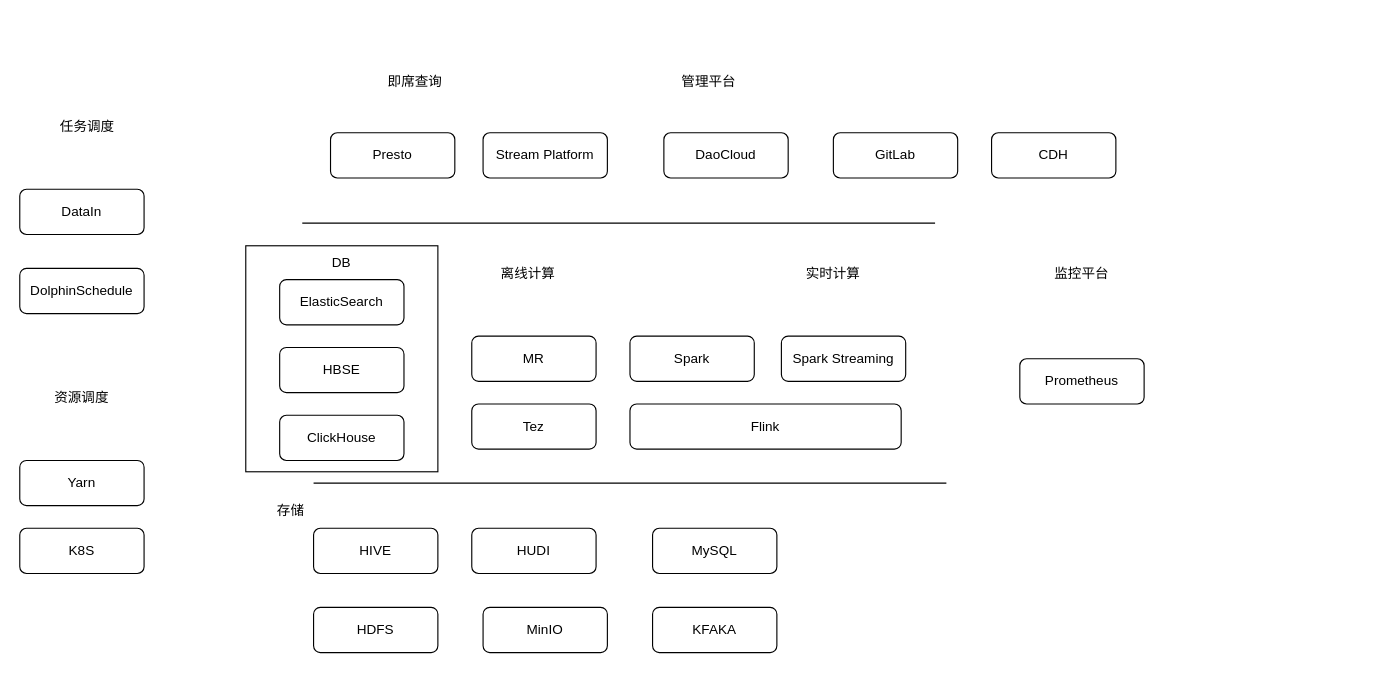
Above: techlab/flink 大图.drawio in qiufang1314/drawio (draw.io), before the change. Source tidied: cells renumbered, new cells numbered last; positions are measured from the earlier drawing's top-left corner, leaving out a move shared by most shapes. Both pictures are drawn from the tidied source at 113%, with x=0, y=0 at pixel (19, 64).
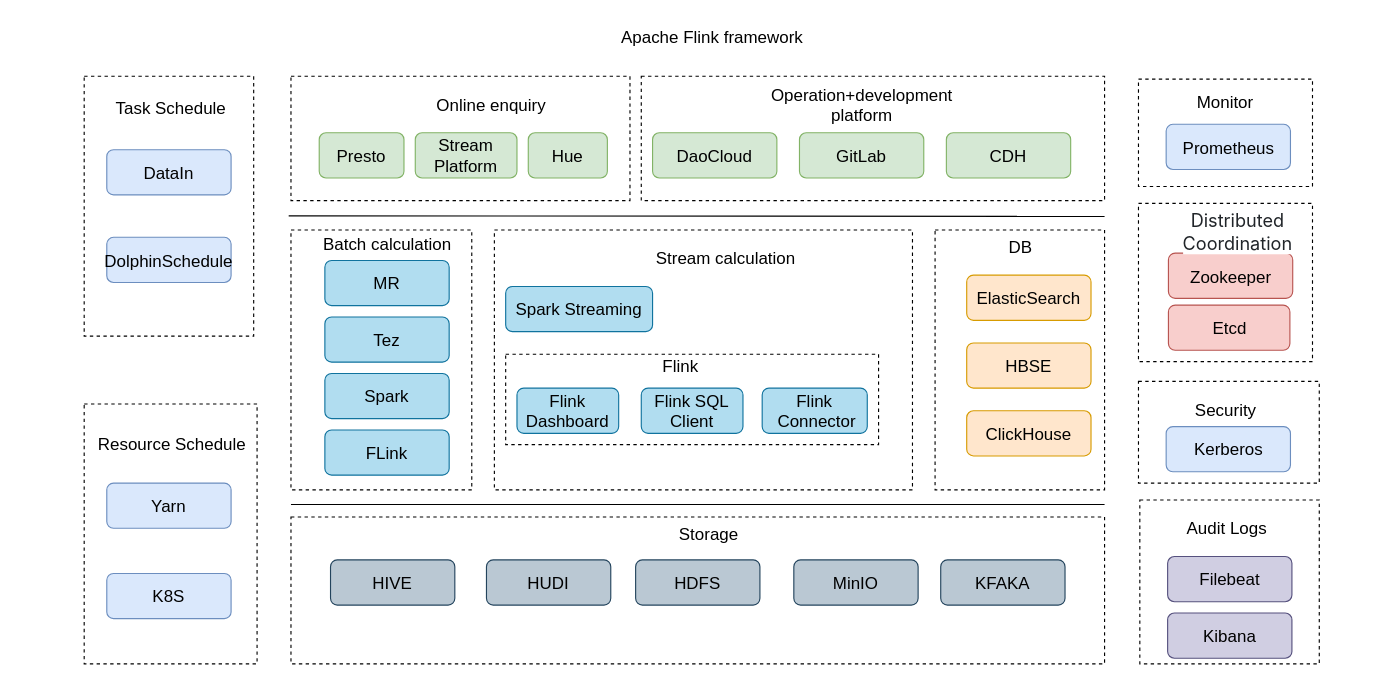
After the change.

Change to the diagram source:
```diff
@@
-<mxGraphModel>
+<mxGraphModel background="#ffffff">
@@
-    <mxCell id="2" style="rounded=0;whiteSpace=wrap;html=1;" parent="1" vertex="1">
-      <mxGeometry x="200" y="160" width="170" height="200" as="geometry" />
-    </mxCell>
+    <mxCell id="38" style="rounded=0;whiteSpace=wrap;html=1;fontSize=15;dashed=1;" parent="1" vertex="1">
+      <mxGeometry x="240" y="400" width="720" height="130" as="geometry" />
+    </mxCell>
+    <mxCell id="39" style="rounded=0;whiteSpace=wrap;html=1;fontSize=15;dashed=1;" parent="1" vertex="1">
+      <mxGeometry x="990" y="122.5" width="154" height="140" as="geometry" />
+    </mxCell>
+    <mxCell id="40" style="rounded=0;whiteSpace=wrap;html=1;fontSize=15;dashed=1;" parent="1" vertex="1">
+      <mxGeometry x="990" y="12.5" width="154" height="95" as="geometry" />
+    </mxCell>
+    <mxCell id="41" style="rounded=0;whiteSpace=wrap;html=1;fontSize=15;dashed=1;" parent="1" vertex="1">
+      <mxGeometry x="420" y="146" width="370" height="230" as="geometry" />
+    </mxCell>
+    <mxCell id="42" style="rounded=0;whiteSpace=wrap;html=1;fontSize=15;dashed=1;" parent="1" vertex="1">
+      <mxGeometry x="240" y="146" width="160" height="230" as="geometry" />
+    </mxCell>
+    <mxCell id="43" style="rounded=0;whiteSpace=wrap;html=1;fontSize=15;dashed=1;" parent="1" vertex="1">
+      <mxGeometry x="810" y="146" width="150" height="230" as="geometry" />
+    </mxCell>
+    <mxCell id="44" style="rounded=0;whiteSpace=wrap;html=1;fontSize=15;dashed=1;" parent="1" vertex="1">
+      <mxGeometry x="550" y="10" width="410" height="110" as="geometry" />
+    </mxCell>
+    <mxCell id="45" style="rounded=0;whiteSpace=wrap;html=1;fontSize=15;dashed=1;" parent="1" vertex="1">
+      <mxGeometry x="240" y="10" width="300" height="110" as="geometry" />
+    </mxCell>
+    <mxCell id="46" style="rounded=0;whiteSpace=wrap;html=1;fontSize=15;dashed=1;" parent="1" vertex="1">
+      <mxGeometry x="57" y="10" width="150" height="230" as="geometry" />
+    </mxCell>
+    <mxCell id="47" style="rounded=0;whiteSpace=wrap;html=1;fontSize=15;dashed=1;" parent="1" vertex="1">
+      <mxGeometry x="57" y="300" width="153" height="230" as="geometry" />
+    </mxCell>
-    <mxCell id="3" value="HDFS" style="rounded=1;whiteSpace=wrap;html=1;" parent="1" vertex="1">
-      <mxGeometry x="260" y="480" width="110" height="40" as="geometry" />
+    <mxCell id="3" value="HDFS" style="rounded=1;whiteSpace=wrap;html=1;fontSize=15;fillColor=#bac8d3;strokeColor=#23445d;" parent="1" vertex="1">
+      <mxGeometry x="545" y="438" width="110" height="40" as="geometry" />
     </mxCell>
-    <mxCell id="4" style="endArrow=none;html=1;rounded=0;" parent="1" edge="1">
+    <mxCell id="4" style="endArrow=none;html=1;rounded=0;fontSize=15;" parent="1" edge="1">
       <mxGeometry relative="1" as="geometry">
-        <mxPoint x="260" y="370" as="sourcePoint" />
-        <mxPoint x="820" y="370" as="targetPoint" />
+        <mxPoint x="240" y="389" as="sourcePoint" />
+        <mxPoint x="960" y="389" as="targetPoint" />
       </mxGeometry>
     </mxCell>
-    <mxCell id="5" value="存储" style="text;html=1;strokeColor=none;fillColor=none;align=center;verticalAlign=middle;whiteSpace=wrap;rounded=0;" parent="1" vertex="1">
-      <mxGeometry x="210" y="380" width="60" height="30" as="geometry" />
+    <mxCell id="5" value="Storage" style="text;html=1;strokeColor=none;fillColor=none;align=center;verticalAlign=middle;whiteSpace=wrap;rounded=0;fontSize=15;" parent="1" vertex="1">
+      <mxGeometry x="580" y="400" width="60" height="30" as="geometry" />
     </mxCell>
-    <mxCell id="6" value="离线计算" style="text;html=1;strokeColor=none;fillColor=none;align=center;verticalAlign=middle;whiteSpace=wrap;rounded=0;" parent="1" vertex="1">
-      <mxGeometry x="420" y="170" width="60" height="30" as="geometry" />
+    <mxCell id="6" value="Batch calculation" style="text;html=1;strokeColor=none;fillColor=none;align=center;verticalAlign=middle;whiteSpace=wrap;rounded=0;fontSize=15;" parent="1" vertex="1">
+      <mxGeometry x="262.5" y="143" width="125" height="30" as="geometry" />
     </mxCell>
-    <mxCell id="7" value="MySQL" style="rounded=1;whiteSpace=wrap;html=1;" parent="1" vertex="1">
-      <mxGeometry x="560" y="410" width="110" height="40" as="geometry" />
-    </mxCell>
-    <mxCell id="8" value="MinIO" style="rounded=1;whiteSpace=wrap;html=1;" parent="1" vertex="1">
-      <mxGeometry x="410" y="480" width="110" height="40" as="geometry" />
+    <mxCell id="8" value="MinIO" style="rounded=1;whiteSpace=wrap;html=1;fontSize=15;fillColor=#bac8d3;strokeColor=#23445d;" parent="1" vertex="1">
+      <mxGeometry x="685" y="438" width="110" height="40" as="geometry" />
     </mxCell>
-    <mxCell id="9" value="MR" style="rounded=1;whiteSpace=wrap;html=1;" parent="1" vertex="1">
-      <mxGeometry x="400" y="240" width="110" height="40" as="geometry" />
+    <mxCell id="9" value="MR" style="rounded=1;whiteSpace=wrap;html=1;fontSize=15;fillColor=#b1ddf0;strokeColor=#10739e;" parent="1" vertex="1">
+      <mxGeometry x="270" y="173" width="110" height="40" as="geometry" />
     </mxCell>
-    <mxCell id="10" value="KFAKA" style="rounded=1;whiteSpace=wrap;html=1;" parent="1" vertex="1">
-      <mxGeometry x="560" y="480" width="110" height="40" as="geometry" />
+    <mxCell id="10" value="KFAKA" style="rounded=1;whiteSpace=wrap;html=1;fontSize=15;fillColor=#bac8d3;strokeColor=#23445d;" parent="1" vertex="1">
+      <mxGeometry x="815" y="438" width="110" height="40" as="geometry" />
     </mxCell>
-    <mxCell id="11" value="HIVE" style="rounded=1;whiteSpace=wrap;html=1;" parent="1" vertex="1">
-      <mxGeometry x="260" y="410" width="110" height="40" as="geometry" />
+    <mxCell id="11" value="HIVE" style="rounded=1;whiteSpace=wrap;html=1;fontSize=15;fillColor=#bac8d3;strokeColor=#23445d;" parent="1" vertex="1">
+      <mxGeometry x="275" y="438" width="110" height="40" as="geometry" />
     </mxCell>
-    <mxCell id="12" value="Tez" style="rounded=1;whiteSpace=wrap;html=1;" parent="1" vertex="1">
-      <mxGeometry x="400" y="300" width="110" height="40" as="geometry" />
+    <mxCell id="12" value="Tez" style="rounded=1;whiteSpace=wrap;html=1;fontSize=15;fillColor=#b1ddf0;strokeColor=#10739e;" parent="1" vertex="1">
+      <mxGeometry x="270" y="223" width="110" height="40" as="geometry" />
     </mxCell>
-    <mxCell id="13" value="Spark" style="rounded=1;whiteSpace=wrap;html=1;" parent="1" vertex="1">
-      <mxGeometry x="540" y="240" width="110" height="40" as="geometry" />
+    <mxCell id="13" value="Spark" style="rounded=1;whiteSpace=wrap;html=1;fontSize=15;fillColor=#b1ddf0;strokeColor=#10739e;" parent="1" vertex="1">
+      <mxGeometry x="270" y="273" width="110" height="40" as="geometry" />
     </mxCell>
-    <mxCell id="14" value="实时计算" style="text;html=1;strokeColor=none;fillColor=none;align=center;verticalAlign=middle;whiteSpace=wrap;rounded=0;" parent="1" vertex="1">
-      <mxGeometry x="690" y="170" width="60" height="30" as="geometry" />
+    <mxCell id="14" value="Stream calculation" style="text;html=1;strokeColor=none;fillColor=none;align=center;verticalAlign=middle;whiteSpace=wrap;rounded=0;fontSize=15;" parent="1" vertex="1">
+      <mxGeometry x="560" y="156" width="130" height="30" as="geometry" />
     </mxCell>
-    <mxCell id="15" value="Flink" style="rounded=1;whiteSpace=wrap;html=1;" parent="1" vertex="1">
-      <mxGeometry x="540" y="300" width="240" height="40" as="geometry" />
-    </mxCell>
-    <mxCell id="16" value="Spark Streaming" style="rounded=1;whiteSpace=wrap;html=1;" parent="1" vertex="1">
-      <mxGeometry x="674" y="240" width="110" height="40" as="geometry" />
+    <mxCell id="16" value="Spark Streaming" style="rounded=1;whiteSpace=wrap;html=1;fontSize=15;fillColor=#b1ddf0;strokeColor=#10739e;" parent="1" vertex="1">
+      <mxGeometry x="430" y="196" width="130" height="40" as="geometry" />
     </mxCell>
-    <mxCell id="17" style="endArrow=none;html=1;rounded=0;" parent="1" edge="1">
+    <mxCell id="17" style="endArrow=none;html=1;rounded=0;fontSize=15;" parent="1" edge="1">
       <mxGeometry relative="1" as="geometry">
-        <mxPoint x="250" y="140" as="sourcePoint" />
-        <mxPoint x="810" y="140" as="targetPoint" />
+        <mxPoint x="238" y="133.5" as="sourcePoint" />
+        <mxPoint x="960" y="134" as="targetPoint" />
       </mxGeometry>
     </mxCell>
-    <mxCell id="18" value="Presto" style="rounded=1;whiteSpace=wrap;html=1;" parent="1" vertex="1">
-      <mxGeometry x="275" y="60" width="110" height="40" as="geometry" />
+    <mxCell id="18" value="Presto" style="rounded=1;whiteSpace=wrap;html=1;fontSize=15;fillColor=#d5e8d4;strokeColor=#82b366;" parent="1" vertex="1">
+      <mxGeometry x="265" y="60" width="75" height="40" as="geometry" />
     </mxCell>
-    <mxCell id="19" value="HUDI" style="rounded=1;whiteSpace=wrap;html=1;" parent="1" vertex="1">
-      <mxGeometry x="400" y="410" width="110" height="40" as="geometry" />
+    <mxCell id="19" value="HUDI" style="rounded=1;whiteSpace=wrap;html=1;fontSize=15;fillColor=#bac8d3;strokeColor=#23445d;" parent="1" vertex="1">
+      <mxGeometry x="413" y="438" width="110" height="40" as="geometry" />
     </mxCell>
-    <mxCell id="20" value="资源调度" style="text;html=1;strokeColor=none;fillColor=none;align=center;verticalAlign=middle;whiteSpace=wrap;rounded=0;" parent="1" vertex="1">
-      <mxGeometry x="25" y="280" width="60" height="30" as="geometry" />
+    <mxCell id="20" value="Resource Schedule" style="text;html=1;strokeColor=none;fillColor=none;align=center;verticalAlign=middle;whiteSpace=wrap;rounded=0;fontSize=15;" parent="1" vertex="1">
+      <mxGeometry x="61.5" y="320" width="145.5" height="30" as="geometry" />
     </mxCell>
-    <mxCell id="21" value="Yarn" style="rounded=1;whiteSpace=wrap;html=1;" parent="1" vertex="1">
-      <mxGeometry y="350" width="110" height="40" as="geometry" />
+    <mxCell id="21" value="Yarn" style="rounded=1;whiteSpace=wrap;html=1;fontSize=15;fillColor=#dae8fc;strokeColor=#6c8ebf;" parent="1" vertex="1">
+      <mxGeometry x="77" y="370" width="110" height="40" as="geometry" />
     </mxCell>
-    <mxCell id="22" value="K8S" style="rounded=1;whiteSpace=wrap;html=1;" parent="1" vertex="1">
-      <mxGeometry y="410" width="110" height="40" as="geometry" />
+    <mxCell id="22" value="K8S" style="rounded=1;whiteSpace=wrap;html=1;fontSize=15;fillColor=#dae8fc;strokeColor=#6c8ebf;" parent="1" vertex="1">
+      <mxGeometry x="77" y="450" width="110" height="40" as="geometry" />
     </mxCell>
-    <mxCell id="23" value="即席查询" style="text;html=1;strokeColor=none;fillColor=none;align=center;verticalAlign=middle;whiteSpace=wrap;rounded=0;" parent="1" vertex="1">
-      <mxGeometry x="320" width="60" height="30" as="geometry" />
+    <mxCell id="23" value="Online enquiry" style="text;html=1;strokeColor=none;fillColor=none;align=center;verticalAlign=middle;whiteSpace=wrap;rounded=0;fontSize=15;" parent="1" vertex="1">
+      <mxGeometry x="355" y="20" width="125" height="30" as="geometry" />
     </mxCell>
-    <mxCell id="24" value="Stream Platform" style="rounded=1;whiteSpace=wrap;html=1;" parent="1" vertex="1">
-      <mxGeometry x="410" y="60" width="110" height="40" as="geometry" />
+    <mxCell id="24" value="Stream Platform" style="rounded=1;whiteSpace=wrap;html=1;fontSize=15;fillColor=#d5e8d4;strokeColor=#82b366;" parent="1" vertex="1">
+      <mxGeometry x="350" y="60" width="90" height="40" as="geometry" />
     </mxCell>
-    <mxCell id="25" value="任务调度" style="text;html=1;strokeColor=none;fillColor=none;align=center;verticalAlign=middle;whiteSpace=wrap;rounded=0;" parent="1" vertex="1">
-      <mxGeometry x="30" y="40" width="60" height="30" as="geometry" />
+    <mxCell id="25" value="Task&amp;nbsp;Schedule" style="text;html=1;strokeColor=none;fillColor=none;align=center;verticalAlign=middle;whiteSpace=wrap;rounded=0;fontSize=15;" parent="1" vertex="1">
+      <mxGeometry x="85.2" y="22.5" width="98" height="30" as="geometry" />
     </mxCell>
-    <mxCell id="26" value="DataIn" style="rounded=1;whiteSpace=wrap;html=1;" parent="1" vertex="1">
-      <mxGeometry y="110" width="110" height="40" as="geometry" />
+    <mxCell id="26" value="DataIn" style="rounded=1;whiteSpace=wrap;html=1;fontSize=15;fillColor=#dae8fc;strokeColor=#6c8ebf;" parent="1" vertex="1">
+      <mxGeometry x="77" y="75" width="110" height="40" as="geometry" />
     </mxCell>
-    <mxCell id="27" value="DolphinSchedule" style="rounded=1;whiteSpace=wrap;html=1;" parent="1" vertex="1">
-      <mxGeometry y="180" width="110" height="40" as="geometry" />
+    <mxCell id="27" value="DolphinSchedule" style="rounded=1;whiteSpace=wrap;html=1;fontSize=15;fillColor=#dae8fc;strokeColor=#6c8ebf;" parent="1" vertex="1">
+      <mxGeometry x="77" y="152.5" width="110" height="40" as="geometry" />
     </mxCell>
-    <mxCell id="28" value="监控平台" style="text;html=1;strokeColor=none;fillColor=none;align=center;verticalAlign=middle;whiteSpace=wrap;rounded=0;" parent="1" vertex="1">
-      <mxGeometry x="910" y="170" width="60" height="30" as="geometry" />
+    <mxCell id="28" value="Monitor" style="text;html=1;strokeColor=none;fillColor=none;align=center;verticalAlign=middle;whiteSpace=wrap;rounded=0;fontSize=15;" parent="1" vertex="1">
+      <mxGeometry x="1027" y="17.5" width="80" height="30" as="geometry" />
     </mxCell>
-    <mxCell id="29" value="Prometheus" style="rounded=1;whiteSpace=wrap;html=1;" parent="1" vertex="1">
-      <mxGeometry x="885" y="260" width="110" height="40" as="geometry" />
+    <mxCell id="29" value="Prometheus" style="rounded=1;whiteSpace=wrap;html=1;fontSize=15;fillColor=#dae8fc;strokeColor=#6c8ebf;" parent="1" vertex="1">
+      <mxGeometry x="1014.5" y="52.5" width="110" height="40" as="geometry" />
     </mxCell>
-    <mxCell id="30" value="管理平台" style="text;html=1;strokeColor=none;fillColor=none;align=center;verticalAlign=middle;whiteSpace=wrap;rounded=0;" parent="1" vertex="1">
-      <mxGeometry x="580" width="60" height="30" as="geometry" />
+    <mxCell id="30" value="Operation+development&lt;br&gt;platform" style="text;html=1;strokeColor=none;fillColor=none;align=center;verticalAlign=middle;whiteSpace=wrap;rounded=0;fontSize=15;" parent="1" vertex="1">
+      <mxGeometry x="712.5" y="20" width="65" height="30" as="geometry" />
     </mxCell>
-    <mxCell id="31" value="DaoCloud" style="rounded=1;whiteSpace=wrap;html=1;" parent="1" vertex="1">
-      <mxGeometry x="570" y="60" width="110" height="40" as="geometry" />
+    <mxCell id="31" value="DaoCloud" style="rounded=1;whiteSpace=wrap;html=1;fontSize=15;fillColor=#d5e8d4;strokeColor=#82b366;" parent="1" vertex="1">
+      <mxGeometry x="560" y="60" width="110" height="40" as="geometry" />
     </mxCell>
-    <mxCell id="32" value="GitLab" style="rounded=1;whiteSpace=wrap;html=1;" parent="1" vertex="1">
-      <mxGeometry x="720" y="60" width="110" height="40" as="geometry" />
+    <mxCell id="32" value="GitLab" style="rounded=1;whiteSpace=wrap;html=1;fontSize=15;fillColor=#d5e8d4;strokeColor=#82b366;" parent="1" vertex="1">
+      <mxGeometry x="690" y="60" width="110" height="40" as="geometry" />
     </mxCell>
-    <mxCell id="33" value="CDH" style="rounded=1;whiteSpace=wrap;html=1;" parent="1" vertex="1">
-      <mxGeometry x="860" y="60" width="110" height="40" as="geometry" />
+    <mxCell id="33" value="CDH" style="rounded=1;whiteSpace=wrap;html=1;fontSize=15;fillColor=#d5e8d4;strokeColor=#82b366;" parent="1" vertex="1">
+      <mxGeometry x="820" y="60" width="110" height="40" as="geometry" />
     </mxCell>
-    <mxCell id="34" value="ElasticSearch" style="rounded=1;whiteSpace=wrap;html=1;" parent="1" vertex="1">
-      <mxGeometry x="230" y="190" width="110" height="40" as="geometry" />
+    <mxCell id="34" value="ElasticSearch" style="rounded=1;whiteSpace=wrap;html=1;fontSize=15;fillColor=#ffe6cc;strokeColor=#d79b00;" parent="1" vertex="1">
+      <mxGeometry x="838" y="186" width="110" height="40" as="geometry" />
     </mxCell>
-    <mxCell id="35" value="HBSE" style="rounded=1;whiteSpace=wrap;html=1;" parent="1" vertex="1">
-      <mxGeometry x="230" y="250" width="110" height="40" as="geometry" />
+    <mxCell id="35" value="HBSE" style="rounded=1;whiteSpace=wrap;html=1;fontSize=15;fillColor=#ffe6cc;strokeColor=#d79b00;" parent="1" vertex="1">
+      <mxGeometry x="838" y="246" width="110" height="40" as="geometry" />
     </mxCell>
-    <mxCell id="36" value="ClickHouse" style="rounded=1;whiteSpace=wrap;html=1;" parent="1" vertex="1">
-      <mxGeometry x="230" y="310" width="110" height="40" as="geometry" />
+    <mxCell id="36" value="ClickHouse" style="rounded=1;whiteSpace=wrap;html=1;fontSize=15;fillColor=#ffe6cc;strokeColor=#d79b00;" parent="1" vertex="1">
+      <mxGeometry x="838" y="306" width="110" height="40" as="geometry" />
     </mxCell>
-    <mxCell id="37" value="DB" style="text;html=1;strokeColor=none;fillColor=none;align=center;verticalAlign=middle;whiteSpace=wrap;rounded=0;" parent="1" vertex="1">
-      <mxGeometry x="255" y="160" width="60" height="30" as="geometry" />
+    <mxCell id="37" value="DB" style="text;html=1;strokeColor=none;fillColor=none;align=center;verticalAlign=middle;whiteSpace=wrap;rounded=0;fontSize=15;" parent="1" vertex="1">
+      <mxGeometry x="855.5" y="146" width="60" height="30" as="geometry" />
     </mxCell>
+    <mxCell id="48" style="rounded=0;whiteSpace=wrap;html=1;fontSize=15;dashed=1;" parent="1" vertex="1">
+      <mxGeometry x="430" y="256" width="330" height="80" as="geometry" />
+    </mxCell>
+    <mxCell id="49" value="Flink Dashboard" style="rounded=1;whiteSpace=wrap;html=1;fontSize=15;fillColor=#b1ddf0;strokeColor=#10739e;" parent="1" vertex="1">
+      <mxGeometry x="440" y="286" width="90" height="40" as="geometry" />
+    </mxCell>
+    <mxCell id="50" value="Flink SQL Client" style="rounded=1;whiteSpace=wrap;html=1;fontSize=15;fillColor=#b1ddf0;strokeColor=#10739e;" parent="1" vertex="1">
+      <mxGeometry x="550" y="286" width="90" height="40" as="geometry" />
+    </mxCell>
+    <mxCell id="51" value="Flink &amp;nbsp;Connector" style="rounded=1;whiteSpace=wrap;html=1;fontSize=15;fillColor=#b1ddf0;strokeColor=#10739e;" parent="1" vertex="1">
+      <mxGeometry x="657" y="286" width="93" height="40" as="geometry" />
+    </mxCell>
+    <mxCell id="52" value="Zookeeper" style="rounded=1;whiteSpace=wrap;html=1;fontSize=15;fillColor=#f8cecc;strokeColor=#b85450;" parent="1" vertex="1">
+      <mxGeometry x="1016.5" y="166.5" width="110" height="40" as="geometry" />
+    </mxCell>
+    <mxCell id="53" value="&lt;span style=&quot;font-size: 16px; caret-color: rgb(33, 37, 41); color: rgb(33, 37, 41); font-family: -apple-system, BlinkMacSystemFont, &amp;quot;Segoe UI&amp;quot;, Roboto, &amp;quot;Helvetica Neue&amp;quot;, Arial, sans-serif, &amp;quot;Apple Color Emoji&amp;quot;, &amp;quot;Segoe UI Emoji&amp;quot;, &amp;quot;Segoe UI Symbol&amp;quot;, &amp;quot;Noto Color Emoji&amp;quot;; text-align: left; background-color: rgb(255, 255, 255);&quot;&gt;Distributed &lt;br&gt;Coordination&lt;/span&gt;" style="text;html=1;strokeColor=none;fillColor=none;align=center;verticalAlign=middle;whiteSpace=wrap;rounded=0;fontSize=15;" parent="1" vertex="1">
+      <mxGeometry x="975" y="132.5" width="205.5" height="30" as="geometry" />
+    </mxCell>
+    <mxCell id="54" value="Etcd" style="rounded=1;whiteSpace=wrap;html=1;fontSize=15;fillColor=#f8cecc;strokeColor=#b85450;" parent="1" vertex="1">
+      <mxGeometry x="1016.5" y="212.5" width="107.5" height="40" as="geometry" />
+    </mxCell>
+    <mxCell id="55" style="rounded=0;whiteSpace=wrap;html=1;fontSize=15;dashed=1;" parent="1" vertex="1">
+      <mxGeometry x="990" y="280" width="160" height="90" as="geometry" />
+    </mxCell>
+    <mxCell id="56" value="Kerberos" style="rounded=1;whiteSpace=wrap;html=1;fontSize=15;fillColor=#dae8fc;strokeColor=#6c8ebf;" parent="1" vertex="1">
+      <mxGeometry x="1014.5" y="320" width="110" height="40" as="geometry" />
+    </mxCell>
+    <mxCell id="57" value="Security" style="text;html=1;strokeColor=none;fillColor=none;align=center;verticalAlign=middle;whiteSpace=wrap;rounded=0;fontSize=15;" parent="1" vertex="1">
+      <mxGeometry x="1009.5" y="290" width="115" height="30" as="geometry" />
+    </mxCell>
+    <mxCell id="58" value="Hue" style="rounded=1;whiteSpace=wrap;html=1;fontSize=15;fillColor=#d5e8d4;strokeColor=#82b366;" parent="1" vertex="1">
+      <mxGeometry x="450" y="60" width="70" height="40" as="geometry" />
+    </mxCell>
+    <mxCell id="59" style="rounded=0;whiteSpace=wrap;html=1;fontSize=15;dashed=1;" parent="1" vertex="1">
+      <mxGeometry x="991.2" y="385" width="158.8" height="145" as="geometry" />
+    </mxCell>
+    <mxCell id="60" value="Filebeat" style="rounded=1;whiteSpace=wrap;html=1;fontSize=15;fillColor=#d0cee2;strokeColor=#56517e;" parent="1" vertex="1">
+      <mxGeometry x="1015.8" y="435" width="110" height="40" as="geometry" />
+    </mxCell>
+    <mxCell id="61" value="Audit Logs" style="text;html=1;strokeColor=none;fillColor=none;align=center;verticalAlign=middle;whiteSpace=wrap;rounded=0;fontSize=15;" parent="1" vertex="1">
+      <mxGeometry x="1010.8" y="395" width="115" height="30" as="geometry" />
+    </mxCell>
+    <mxCell id="62" value="Kibana" style="rounded=1;whiteSpace=wrap;html=1;fontSize=15;fillColor=#d0cee2;strokeColor=#56517e;" parent="1" vertex="1">
+      <mxGeometry x="1015.8" y="485" width="110" height="40" as="geometry" />
+    </mxCell>
+    <mxCell id="15" value="Flink" style="text;html=1;strokeColor=none;fillColor=none;align=center;verticalAlign=middle;whiteSpace=wrap;rounded=0;fontSize=15;" parent="1" vertex="1">
+      <mxGeometry x="550" y="251" width="70" height="30" as="geometry" />
+    </mxCell>
+    <mxCell id="63" value="FLink" style="rounded=1;whiteSpace=wrap;html=1;fontSize=15;fillColor=#b1ddf0;strokeColor=#10739e;" parent="1" vertex="1">
+      <mxGeometry x="270" y="323" width="110" height="40" as="geometry" />
+    </mxCell>
+    <mxCell id="64" value="Apache Flink framework" style="text;html=1;strokeColor=none;fillColor=none;align=center;verticalAlign=middle;whiteSpace=wrap;rounded=0;dashed=1;fontSize=15;" parent="1" vertex="1">
+      <mxGeometry x="512.5" y="-40" width="200" height="30" as="geometry" />
+    </mxCell>
```
